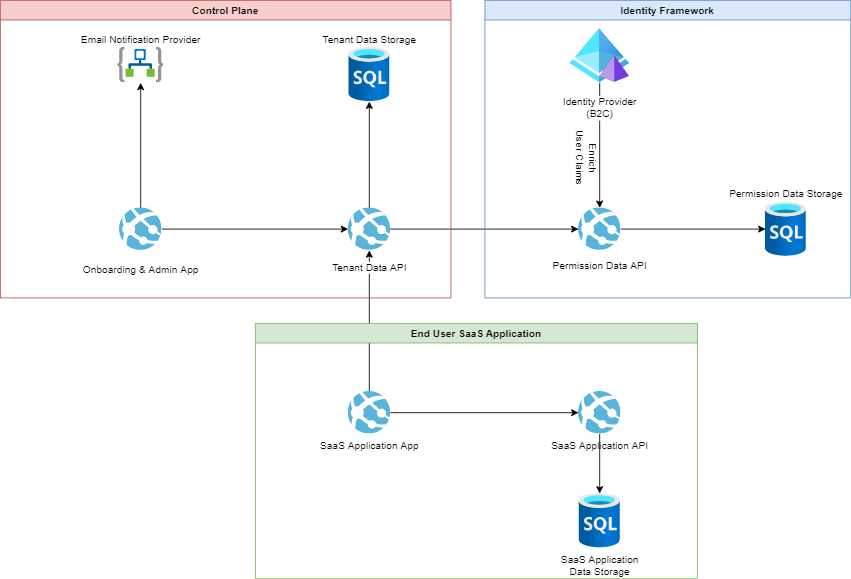
This is docs/azure-saas-docs/static/diagrams/all-components-generic.drawio.png from JakeGinnivan/azure-saas, a draw.io export, as it was before one commit. Source tidied: cells renumbered, new cells last; positions are measured from the earlier drawing's top-left corner, leaving out a move shared by most shapes.
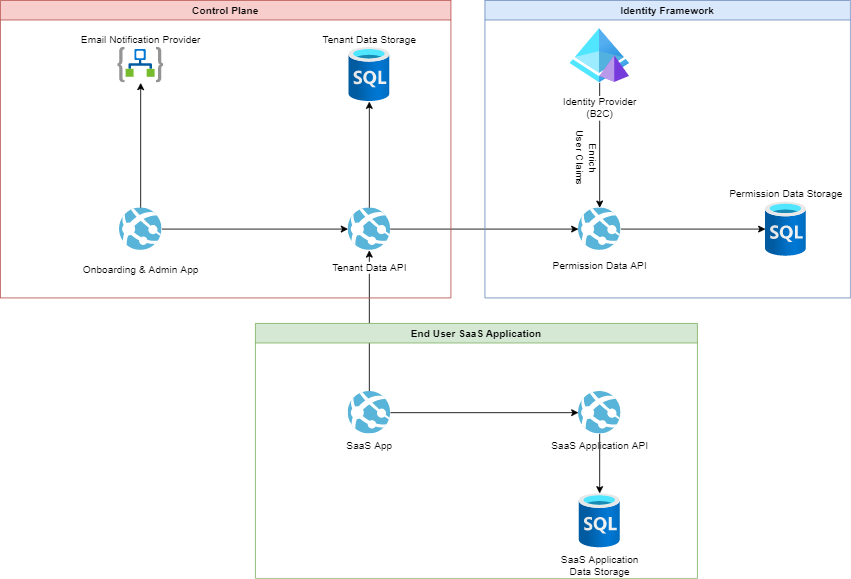
After the change.

What changed in the source:
```diff
@@ -56,7 +56,7 @@
     <mxCell id="19" value="End User SaaS Application" style="swimlane;fillColor=#d5e8d4;strokeColor=#82b366;" parent="1" vertex="1">
       <mxGeometry x="300" y="380" width="520" height="300" as="geometry" />
     </mxCell>
-    <mxCell id="20" value="SaaS Application App" style="sketch=0;html=1;points=[];align=center;image;fontSize=12;image=img/lib/mscae/App_Services.svg;labelBackgroundColor=default;labelBorderColor=none;" parent="19" vertex="1">
+    <mxCell id="20" value="SaaS App" style="sketch=0;html=1;points=[];align=center;image;fontSize=12;image=img/lib/mscae/App_Services.svg;labelBackgroundColor=default;labelBorderColor=none;" parent="19" vertex="1">
       <mxGeometry x="109" y="80" width="50" height="50" as="geometry" />
     </mxCell>
     <mxCell id="21" value="SaaS Application API" style="sketch=0;html=1;points=[];align=center;image;fontSize=12;image=img/lib/mscae/App_Services.svg;labelBackgroundColor=default;labelBorderColor=none;" parent="19" vertex="1">
```
